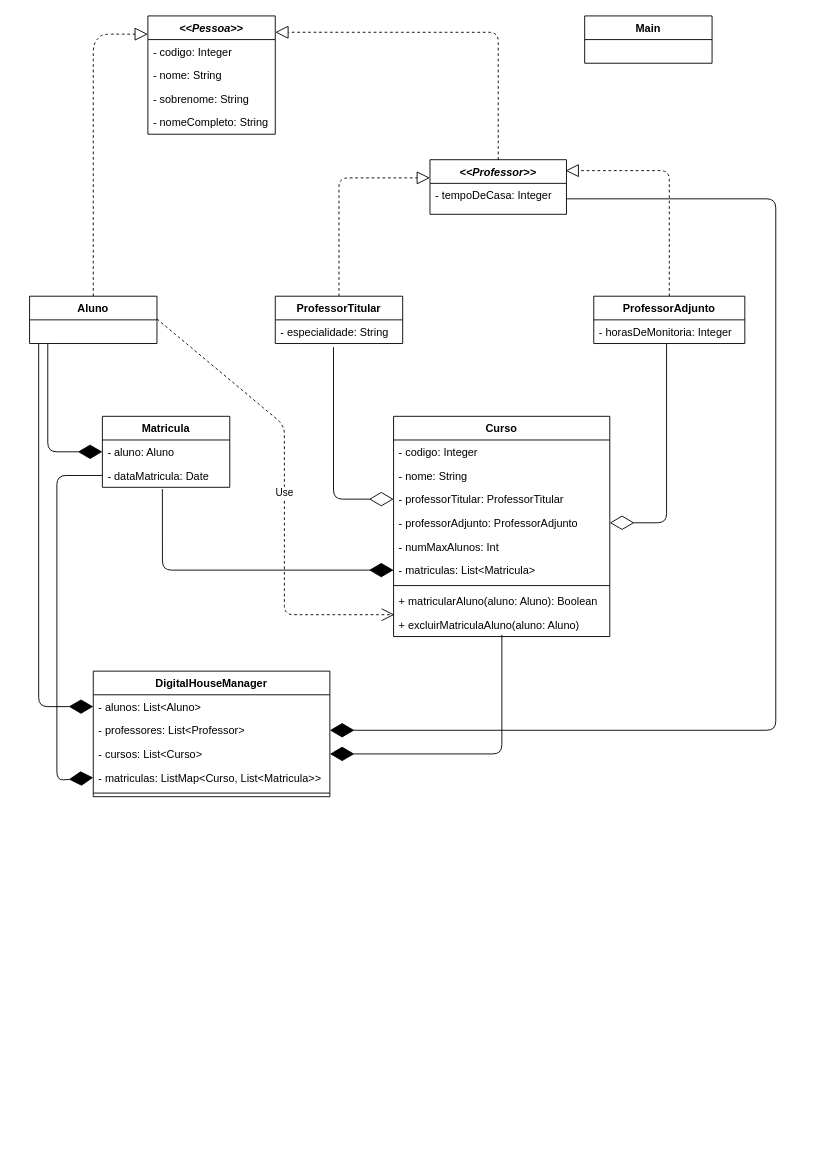
Above: Diagrama.drawio in abraaofaco/desafio-oop-kotlin-dh (draw.io), before the change. Source tidied: cells renumbered, new cells numbered last; positions are measured from the earlier drawing's top-left corner, leaving out a move shared by most shapes. Both pictures are drawn from the tidied source at 91%, with x=0, y=0 at pixel (29, 15).
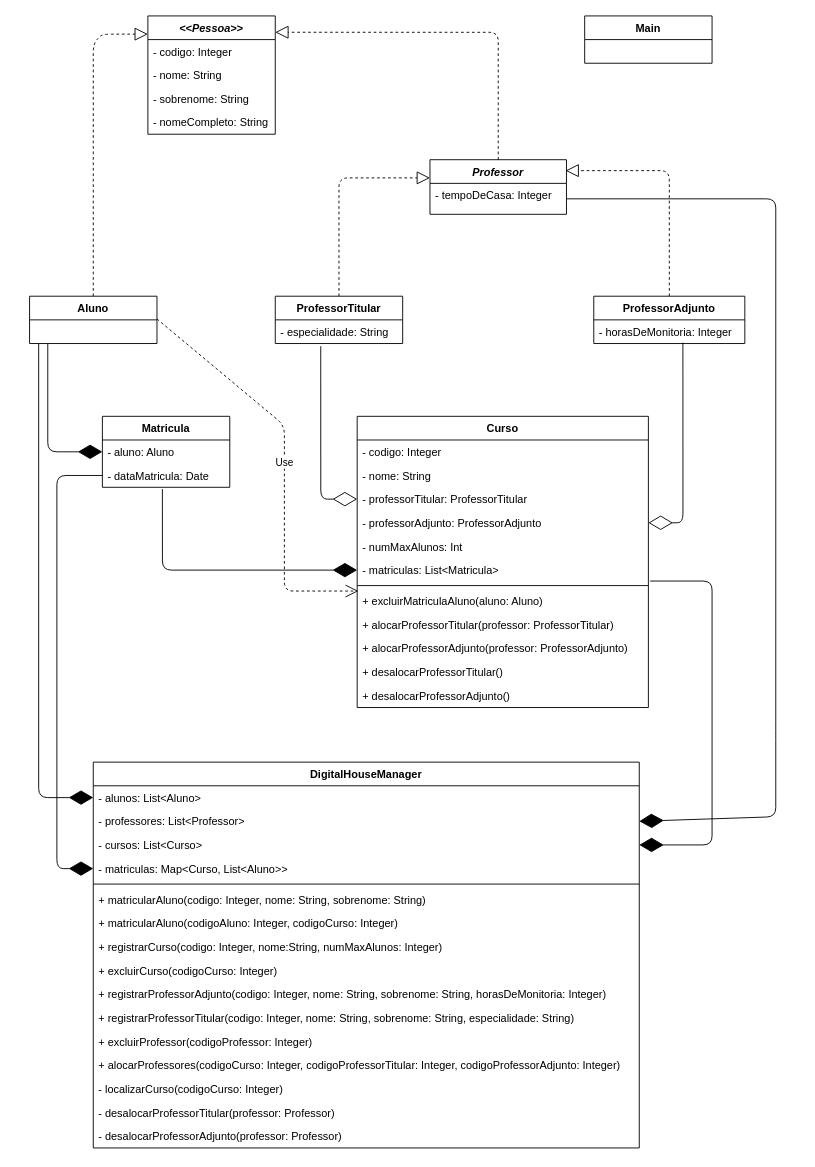
After the change.

Commit message:
Ajusta diagrama de classe

Unchanged cells that the change refers to:
```xml
<mxCell id="13" value="- tempoDeCasa: Integer" style="text;strokeColor=none;fillColor=none;align=left;verticalAlign=top;spacingLeft=4;spacingRight=4;overflow=hidden;points=[[0,0.5],[1,0.5]];portConstraint=eastwest;" parent="12" vertex="1">
  <mxGeometry y="26" width="150" height="34" as="geometry" />
</mxCell>
<mxCell id="14" value="Aluno" style="swimlane;fontStyle=1;horizontal=1;startSize=26;fillColor=none;" parent="1" vertex="1">
  <mxGeometry y="308" width="140" height="52" as="geometry" />
</mxCell>
<mxCell id="19" value="- dataMatricula: Date" style="text;strokeColor=none;fillColor=none;align=left;verticalAlign=top;spacingLeft=4;spacingRight=4;overflow=hidden;points=[[0,0.5],[1,0.5]];portConstraint=eastwest;" parent="17" vertex="1">
  <mxGeometry y="52" width="140" height="26" as="geometry" />
</mxCell>
<mxCell id="33" value="- horasDeMonitoria: Integer" style="text;strokeColor=none;fillColor=none;align=left;verticalAlign=top;spacingLeft=4;spacingRight=4;overflow=hidden;points=[[0,0.5],[1,0.5]];portConstraint=eastwest;" parent="32" vertex="1">
  <mxGeometry y="26" width="166" height="26" as="geometry" />
</mxCell>
```

Diff of the diagram source:
```diff
@@
-    <mxCell id="12" value="&lt;&lt;Professor&gt;&gt;" style="swimlane;fontStyle=3;horizontal=1;startSize=26;fillColor=none;" parent="1" vertex="1">
+    <mxCell id="12" value="Professor" style="swimlane;fontStyle=3;horizontal=1;startSize=26;fillColor=none;" parent="1" vertex="1">
       <mxGeometry x="440" y="158" width="150" height="60" as="geometry" />
     </mxCell>
@@
     <mxCell id="20" value="Curso" style="swimlane;fontStyle=1;align=center;verticalAlign=top;horizontal=1;startSize=26;" parent="1" vertex="1">
-      <mxGeometry x="400" y="440" width="237.6" height="242" as="geometry" />
+      <mxGeometry x="360" y="440" width="320" height="320" as="geometry" />
     </mxCell>
     <mxCell id="21" value="- codigo: Integer" style="text;strokeColor=none;fillColor=none;align=left;verticalAlign=top;spacingLeft=4;spacingRight=4;overflow=hidden;" parent="20" vertex="1">
-      <mxGeometry y="26" width="237.6" height="26" as="geometry" />
+      <mxGeometry y="26" width="320" height="26" as="geometry" />
     </mxCell>
     <mxCell id="22" value="- nome: String" style="text;strokeColor=none;fillColor=none;align=left;verticalAlign=top;spacingLeft=4;spacingRight=4;overflow=hidden;" parent="20" vertex="1">
-      <mxGeometry y="52" width="237.6" height="26" as="geometry" />
+      <mxGeometry y="52" width="320" height="26" as="geometry" />
     </mxCell>
     <mxCell id="23" value="- professorTitular: ProfessorTitular" style="text;strokeColor=none;fillColor=none;align=left;verticalAlign=top;spacingLeft=4;spacingRight=4;overflow=hidden;points=[[0,0.5],[1,0.5]];portConstraint=eastwest;" parent="20" vertex="1">
-      <mxGeometry y="78" width="237.6" height="26" as="geometry" />
+      <mxGeometry y="78" width="320" height="26" as="geometry" />
     </mxCell>
     <mxCell id="24" value="- professorAdjunto: ProfessorAdjunto" style="text;strokeColor=none;fillColor=none;align=left;verticalAlign=top;spacingLeft=4;spacingRight=4;overflow=hidden;points=[[0,0.5],[1,0.5]];portConstraint=eastwest;" parent="20" vertex="1">
-      <mxGeometry y="104" width="237.6" height="26" as="geometry" />
+      <mxGeometry y="104" width="320" height="26" as="geometry" />
     </mxCell>
     <mxCell id="25" value="- numMaxAlunos: Int" style="text;strokeColor=none;fillColor=none;align=left;verticalAlign=top;spacingLeft=4;spacingRight=4;overflow=hidden;" parent="20" vertex="1">
-      <mxGeometry y="130" width="237.6" height="26" as="geometry" />
+      <mxGeometry y="130" width="320" height="26" as="geometry" />
     </mxCell>
     <mxCell id="26" value="- matriculas: List&lt;Matricula&gt;" style="text;strokeColor=none;fillColor=none;align=left;verticalAlign=top;spacingLeft=4;spacingRight=4;overflow=hidden;points=[[0,0.5],[1,0.5]];portConstraint=eastwest;" parent="20" vertex="1">
-      <mxGeometry y="156" width="237.6" height="26" as="geometry" />
+      <mxGeometry y="156" width="320" height="26" as="geometry" />
     </mxCell>
     <mxCell id="27" style="line;strokeWidth=1;fillColor=none;align=left;verticalAlign=middle;spacingTop=-1;spacingLeft=3;spacingRight=3;labelPosition=right;" parent="20" vertex="1">
-      <mxGeometry y="182" width="237.6" height="8" as="geometry" />
+      <mxGeometry y="182" width="320" height="8" as="geometry" />
     </mxCell>
-    <mxCell id="28" value="+ matricularAluno(aluno: Aluno): Boolean" style="text;strokeColor=none;fillColor=none;align=left;verticalAlign=top;spacingLeft=4;spacingRight=4;overflow=hidden;" parent="20" vertex="1">
-      <mxGeometry y="190" width="237.6" height="26" as="geometry" />
-    </mxCell>
     <mxCell id="29" value="+ excluirMatriculaAluno(aluno: Aluno)" style="text;strokeColor=none;fillColor=none;align=left;verticalAlign=top;spacingLeft=4;spacingRight=4;overflow=hidden;points=[[0,0.5],[1,0.5]];portConstraint=eastwest;" parent="20" vertex="1">
-      <mxGeometry y="216" width="237.6" height="26" as="geometry" />
+      <mxGeometry y="190" width="320" height="26" as="geometry" />
     </mxCell>
+    <mxCell id="47" value="+ alocarProfessorTitular(professor: ProfessorTitular)" style="text;strokeColor=none;fillColor=none;align=left;verticalAlign=top;spacingLeft=4;spacingRight=4;overflow=hidden;" parent="20" vertex="1">
+      <mxGeometry y="216" width="320" height="26" as="geometry" />
+    </mxCell>
+    <mxCell id="48" value="+ alocarProfessorAdjunto(professor: ProfessorAdjunto)" style="text;strokeColor=none;fillColor=none;align=left;verticalAlign=top;spacingLeft=4;spacingRight=4;overflow=hidden;" parent="20" vertex="1">
+      <mxGeometry y="242" width="320" height="26" as="geometry" />
+    </mxCell>
+    <mxCell id="49" value="+ desalocarProfessorTitular()" style="text;strokeColor=none;fillColor=none;align=left;verticalAlign=top;spacingLeft=4;spacingRight=4;overflow=hidden;" parent="20" vertex="1">
+      <mxGeometry y="268" width="320" height="26" as="geometry" />
+    </mxCell>
+    <mxCell id="50" value="+ desalocarProfessorAdjunto()" style="text;strokeColor=none;fillColor=none;align=left;verticalAlign=top;spacingLeft=4;spacingRight=4;overflow=hidden;" parent="20" vertex="1">
+      <mxGeometry y="294" width="320" height="26" as="geometry" />
+    </mxCell>
-    <mxCell id="30" style="endArrow=diamondThin;endFill=0;endSize=24;html=1;entryX=0;entryY=0.5;entryDx=0;entryDy=0;exitX=0.457;exitY=1.154;exitDx=0;exitDy=0;exitPerimeter=0;" parent="1" edge="1" source="42" target="23">
+    <mxCell id="30" style="endArrow=diamondThin;endFill=0;endSize=24;html=1;entryX=0;entryY=0.5;entryDx=0;entryDy=0;exitX=0.357;exitY=1.115;exitDx=0;exitDy=0;exitPerimeter=0;" parent="1" edge="1" source="42" target="23">
       <mxGeometry relative="1" as="geometry">
         <Array as="points">
-          <mxPoint x="334" y="531" />
+          <mxPoint x="320" y="531" />
         </Array>
       </mxGeometry>
     </mxCell>
-    <mxCell id="31" style="endArrow=diamondThin;endFill=0;endSize=24;html=1;entryX=1;entryY=0.5;entryDx=0;entryDy=0;" parent="1" edge="1" target="24">
+    <mxCell id="31" style="endArrow=diamondThin;endFill=0;endSize=24;html=1;entryX=1;entryY=0.5;entryDx=0;entryDy=0;exitX=0.59;exitY=0.962;exitDx=0;exitDy=0;exitPerimeter=0;" parent="1" edge="1" source="33" target="24">
       <mxGeometry relative="1" as="geometry">
-        <mxPoint x="700" y="360" as="sourcePoint" />
         <Array as="points">
-          <mxPoint x="700" y="557" />
+          <mxPoint x="718" y="557" />
         </Array>
       </mxGeometry>
     </mxCell>
@@
     <mxCell id="34" value="Use" style="endArrow=open;endSize=12;dashed=1;html=1;exitX=1;exitY=0.481;exitDx=0;exitDy=0;exitPerimeter=0;entryX=0.004;entryY=0.077;entryDx=0;entryDy=0;entryPerimeter=0;" parent="1" edge="1" source="14" target="29">
       <mxGeometry relative="1" as="geometry">
         <Array as="points">
           <mxPoint x="280" y="450" />
-          <mxPoint x="280" y="658" />
+          <mxPoint x="280" y="632" />
         </Array>
       </mxGeometry>
     </mxCell>
+    <mxCell id="41" value="ProfessorTitular" style="swimlane;fontStyle=1;horizontal=1;startSize=26;fillColor=none;" parent="1" vertex="1">
+      <mxGeometry x="270" y="308" width="140" height="52" as="geometry" />
+    </mxCell>
+    <mxCell id="42" value="- especialidade: String" style="text;strokeColor=none;fillColor=none;align=left;verticalAlign=top;spacingLeft=4;spacingRight=4;overflow=hidden;points=[[0,0.5],[1,0.5]];portConstraint=eastwest;" parent="41" vertex="1">
+      <mxGeometry y="26" width="140" height="26" as="geometry" />
+    </mxCell>
+    <mxCell id="43" style="endArrow=diamondThin;endFill=1;endSize=24;html=1;entryX=1;entryY=0.5;entryDx=0;entryDy=0;exitX=1;exitY=0.5;exitDx=0;exitDy=0;" parent="1" edge="1" source="13" target="37">
+      <mxGeometry relative="1" as="geometry">
+        <Array as="points">
+          <mxPoint x="820" y="201" />
+          <mxPoint x="820" y="785" />
+          <mxPoint x="820" y="880" />
+        </Array>
+      </mxGeometry>
+    </mxCell>
+    <mxCell id="44" style="endArrow=diamondThin;endFill=1;endSize=24;html=1;entryX=0;entryY=0.5;entryDx=0;entryDy=0;" parent="1" edge="1" target="36">
+      <mxGeometry relative="1" as="geometry">
+        <mxPoint x="10" y="360" as="sourcePoint" />
+        <Array as="points">
+          <mxPoint x="10" y="859" />
+        </Array>
+      </mxGeometry>
+    </mxCell>
+    <mxCell id="45" style="endArrow=diamondThin;endFill=1;endSize=24;html=1;entryX=1;entryY=0.5;entryDx=0;entryDy=0;exitX=1.006;exitY=0.962;exitDx=0;exitDy=0;exitPerimeter=0;" parent="1" edge="1" source="26" target="38">
+      <mxGeometry relative="1" as="geometry">
+        <Array as="points">
+          <mxPoint x="750" y="621" />
+          <mxPoint x="750" y="911" />
+        </Array>
+      </mxGeometry>
+    </mxCell>
+    <mxCell id="46" style="endArrow=diamondThin;endFill=1;endSize=24;html=1;entryX=0;entryY=0.5;entryDx=0;entryDy=0;exitX=0;exitY=0.5;exitDx=0;exitDy=0;" parent="1" edge="1" source="19" target="39">
+      <mxGeometry relative="1" as="geometry">
+        <Array as="points">
+          <mxPoint x="30" y="505" />
+          <mxPoint x="30" y="937" />
+        </Array>
+      </mxGeometry>
+    </mxCell>
     <mxCell id="35" value="DigitalHouseManager" style="swimlane;fontStyle=1;align=center;verticalAlign=top;horizontal=1;startSize=26;" parent="1" vertex="1">
-      <mxGeometry x="70" y="720" width="260" height="138" as="geometry" />
+      <mxGeometry x="70" y="820" width="600" height="424" as="geometry" />
     </mxCell>
     <mxCell id="36" value="- alunos: List&lt;Aluno&gt;" style="text;strokeColor=none;fillColor=none;align=left;verticalAlign=top;spacingLeft=4;spacingRight=4;overflow=hidden;points=[[0,0.5],[1,0.5]];portConstraint=eastwest;" parent="35" vertex="1">
-      <mxGeometry y="26" width="260" height="26" as="geometry" />
+      <mxGeometry y="26" width="600" height="26" as="geometry" />
     </mxCell>
     <mxCell id="37" value="- professores: List&lt;Professor&gt;" style="text;strokeColor=none;fillColor=none;align=left;verticalAlign=top;spacingLeft=4;spacingRight=4;overflow=hidden;points=[[0,0.5],[1,0.5]];portConstraint=eastwest;" parent="35" vertex="1">
-      <mxGeometry y="52" width="260" height="26" as="geometry" />
+      <mxGeometry y="52" width="600" height="26" as="geometry" />
     </mxCell>
     <mxCell id="38" value="- cursos: List&lt;Curso&gt;" style="text;strokeColor=none;fillColor=none;align=left;verticalAlign=top;spacingLeft=4;spacingRight=4;overflow=hidden;points=[[0,0.5],[1,0.5]];portConstraint=eastwest;" parent="35" vertex="1">
-      <mxGeometry y="78" width="260" height="26" as="geometry" />
+      <mxGeometry y="78" width="600" height="26" as="geometry" />
     </mxCell>
-    <mxCell id="39" value="- matriculas: ListMap&lt;Curso, List&lt;Matricula&gt;&gt;" style="text;strokeColor=none;fillColor=none;align=left;verticalAlign=top;spacingLeft=4;spacingRight=4;overflow=hidden;points=[[0,0.5],[1,0.5]];portConstraint=eastwest;" parent="35" vertex="1">
-      <mxGeometry y="104" width="260" height="26" as="geometry" />
+    <mxCell id="39" value="- matriculas: Map&lt;Curso, List&lt;Aluno&gt;&gt;" style="text;strokeColor=none;fillColor=none;align=left;verticalAlign=top;spacingLeft=4;spacingRight=4;overflow=hidden;points=[[0,0.5],[1,0.5]];portConstraint=eastwest;" parent="35" vertex="1">
+      <mxGeometry y="104" width="600" height="26" as="geometry" />
     </mxCell>
     <mxCell id="40" style="line;strokeWidth=1;fillColor=none;align=left;verticalAlign=middle;spacingTop=-1;spacingLeft=3;spacingRight=3;labelPosition=right;" parent="35" vertex="1">
-      <mxGeometry y="130" width="260" height="8" as="geometry" />
+      <mxGeometry y="130" width="600" height="8" as="geometry" />
     </mxCell>
-    <mxCell id="41" value="ProfessorTitular" style="swimlane;fontStyle=1;horizontal=1;startSize=26;fillColor=none;" parent="1" vertex="1">
-      <mxGeometry x="270" y="308" width="140" height="52" as="geometry" />
-    </mxCell>
-    <mxCell id="42" value="- especialidade: String" style="text;strokeColor=none;fillColor=none;align=left;verticalAlign=top;spacingLeft=4;spacingRight=4;overflow=hidden;points=[[0,0.5],[1,0.5]];portConstraint=eastwest;" parent="41" vertex="1">
-      <mxGeometry y="26" width="140" height="26" as="geometry" />
-    </mxCell>
-    <mxCell id="43" style="endArrow=diamondThin;endFill=1;endSize=24;html=1;entryX=1;entryY=0.5;entryDx=0;entryDy=0;exitX=1;exitY=0.5;exitDx=0;exitDy=0;" parent="1" edge="1" source="13" target="37">
-      <mxGeometry relative="1" as="geometry">
-        <Array as="points">
-          <mxPoint x="820" y="201" />
-          <mxPoint x="820" y="785" />
-        </Array>
-      </mxGeometry>
-    </mxCell>
-    <mxCell id="44" style="endArrow=diamondThin;endFill=1;endSize=24;html=1;entryX=0;entryY=0.5;entryDx=0;entryDy=0;" parent="1" edge="1" target="36">
-      <mxGeometry relative="1" as="geometry">
-        <mxPoint x="10" y="360" as="sourcePoint" />
-        <Array as="points">
-          <mxPoint x="10" y="759" />
-        </Array>
-      </mxGeometry>
-    </mxCell>
-    <mxCell id="45" style="endArrow=diamondThin;endFill=1;endSize=24;html=1;entryX=1;entryY=0.5;entryDx=0;entryDy=0;" parent="1" edge="1" target="38">
-      <mxGeometry relative="1" as="geometry">
-        <mxPoint x="519" y="680" as="sourcePoint" />
-        <Array as="points">
-          <mxPoint x="519" y="811" />
-        </Array>
-      </mxGeometry>
-    </mxCell>
-    <mxCell id="46" style="endArrow=diamondThin;endFill=1;endSize=24;html=1;entryX=0;entryY=0.5;entryDx=0;entryDy=0;exitX=0;exitY=0.5;exitDx=0;exitDy=0;" parent="1" edge="1" source="19" target="39">
-      <mxGeometry relative="1" as="geometry">
-        <Array as="points">
-          <mxPoint x="30" y="505" />
-          <mxPoint x="30" y="840" />
-        </Array>
-      </mxGeometry>
-    </mxCell>
+    <mxCell id="28" value="+ matricularAluno(codigo: Integer, nome: String, sobrenome: String)" style="text;strokeColor=none;fillColor=none;align=left;verticalAlign=top;spacingLeft=4;spacingRight=4;overflow=hidden;" parent="35" vertex="1">
+      <mxGeometry y="138" width="600" height="26" as="geometry" />
+    </mxCell>
+    <mxCell id="51" value="+ matricularAluno(codigoAluno: Integer, codigoCurso: Integer)" style="text;strokeColor=none;fillColor=none;align=left;verticalAlign=top;spacingLeft=4;spacingRight=4;overflow=hidden;" parent="35" vertex="1">
+      <mxGeometry y="164" width="600" height="26" as="geometry" />
+    </mxCell>
+    <mxCell id="52" value="+ registrarCurso(codigo: Integer, nome:String, numMaxAlunos: Integer)" style="text;strokeColor=none;fillColor=none;align=left;verticalAlign=top;spacingLeft=4;spacingRight=4;overflow=hidden;" parent="35" vertex="1">
+      <mxGeometry y="190" width="600" height="26" as="geometry" />
+    </mxCell>
+    <mxCell id="53" value="+ excluirCurso(codigoCurso: Integer)" style="text;strokeColor=none;fillColor=none;align=left;verticalAlign=top;spacingLeft=4;spacingRight=4;overflow=hidden;" parent="35" vertex="1">
+      <mxGeometry y="216" width="600" height="26" as="geometry" />
+    </mxCell>
+    <mxCell id="54" value="+ registrarProfessorAdjunto(codigo: Integer, nome: String, sobrenome: String, horasDeMonitoria: Integer)" style="text;strokeColor=none;fillColor=none;align=left;verticalAlign=top;spacingLeft=4;spacingRight=4;overflow=hidden;" parent="35" vertex="1">
+      <mxGeometry y="242" width="600" height="26" as="geometry" />
+    </mxCell>
+    <mxCell id="55" value="+ registrarProfessorTitular(codigo: Integer, nome: String, sobrenome: String, especialidade: String)" style="text;strokeColor=none;fillColor=none;align=left;verticalAlign=top;spacingLeft=4;spacingRight=4;overflow=hidden;" parent="35" vertex="1">
+      <mxGeometry y="268" width="600" height="26" as="geometry" />
+    </mxCell>
+    <mxCell id="56" value="+ excluirProfessor(codigoProfessor: Integer)" style="text;strokeColor=none;fillColor=none;align=left;verticalAlign=top;spacingLeft=4;spacingRight=4;overflow=hidden;" parent="35" vertex="1">
+      <mxGeometry y="294" width="600" height="26" as="geometry" />
+    </mxCell>
+    <mxCell id="57" value="+ alocarProfessores(codigoCurso: Integer, codigoProfessorTitular: Integer, codigoProfessorAdjunto: Integer)" style="text;strokeColor=none;fillColor=none;align=left;verticalAlign=top;spacingLeft=4;spacingRight=4;overflow=hidden;" parent="35" vertex="1">
+      <mxGeometry y="320" width="600" height="26" as="geometry" />
+    </mxCell>
+    <mxCell id="58" value="- localizarCurso(codigoCurso: Integer)" style="text;strokeColor=none;fillColor=none;align=left;verticalAlign=top;spacingLeft=4;spacingRight=4;overflow=hidden;" parent="35" vertex="1">
+      <mxGeometry y="346" width="600" height="26" as="geometry" />
+    </mxCell>
+    <mxCell id="59" value="- desalocarProfessorTitular(professor: Professor)" style="text;strokeColor=none;fillColor=none;align=left;verticalAlign=top;spacingLeft=4;spacingRight=4;overflow=hidden;" parent="35" vertex="1">
+      <mxGeometry y="372" width="600" height="26" as="geometry" />
+    </mxCell>
+    <mxCell id="60" value="- desalocarProfessorAdjunto(professor: Professor)" style="text;strokeColor=none;fillColor=none;align=left;verticalAlign=top;spacingLeft=4;spacingRight=4;overflow=hidden;" parent="35" vertex="1">
+      <mxGeometry y="398" width="600" height="26" as="geometry" />
+    </mxCell>
```
